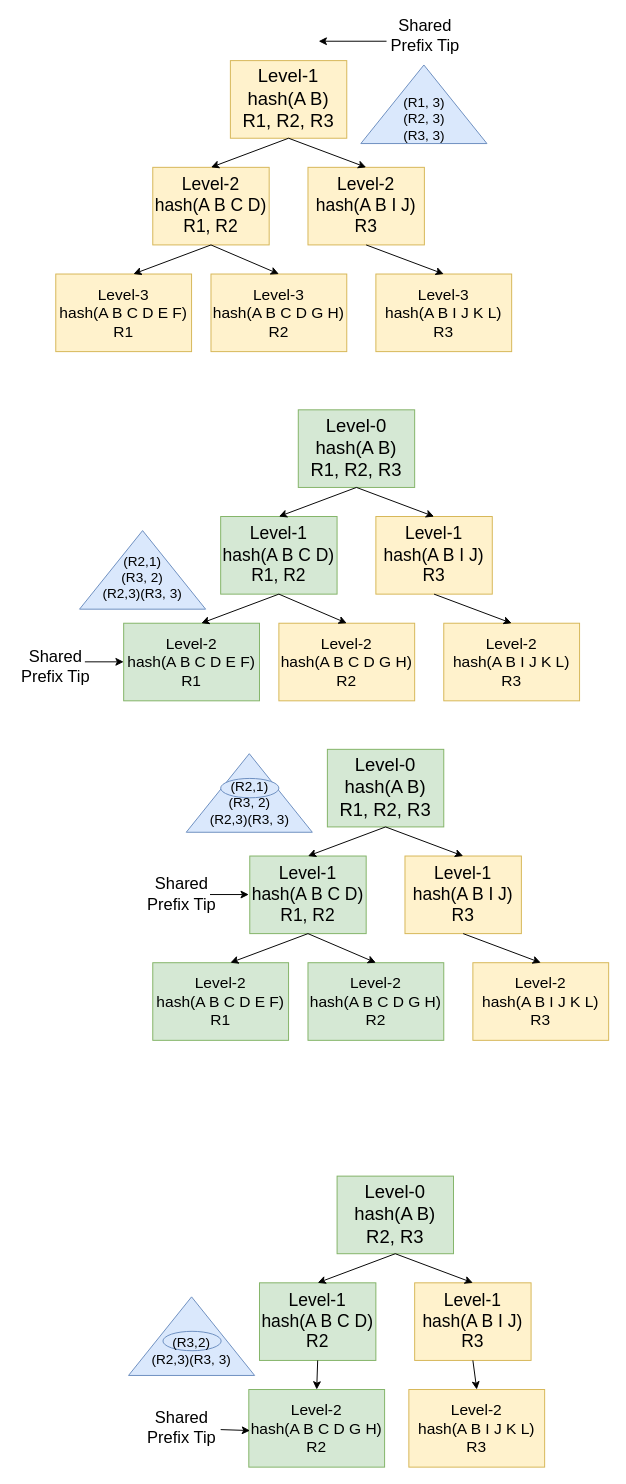
Before: documentation/illustrations/chunked_hash_tree.drawio in sakshamrathi21/Structured_LLM_Optimization, a draw.io diagram. Source tidied: cells renumbered, new cells numbered last; positions are measured from the earlier drawing's top-left corner, leaving out a move shared by most shapes. Both pictures are drawn from the tidied source at 97%, with x=0, y=0 at pixel (16, 21).
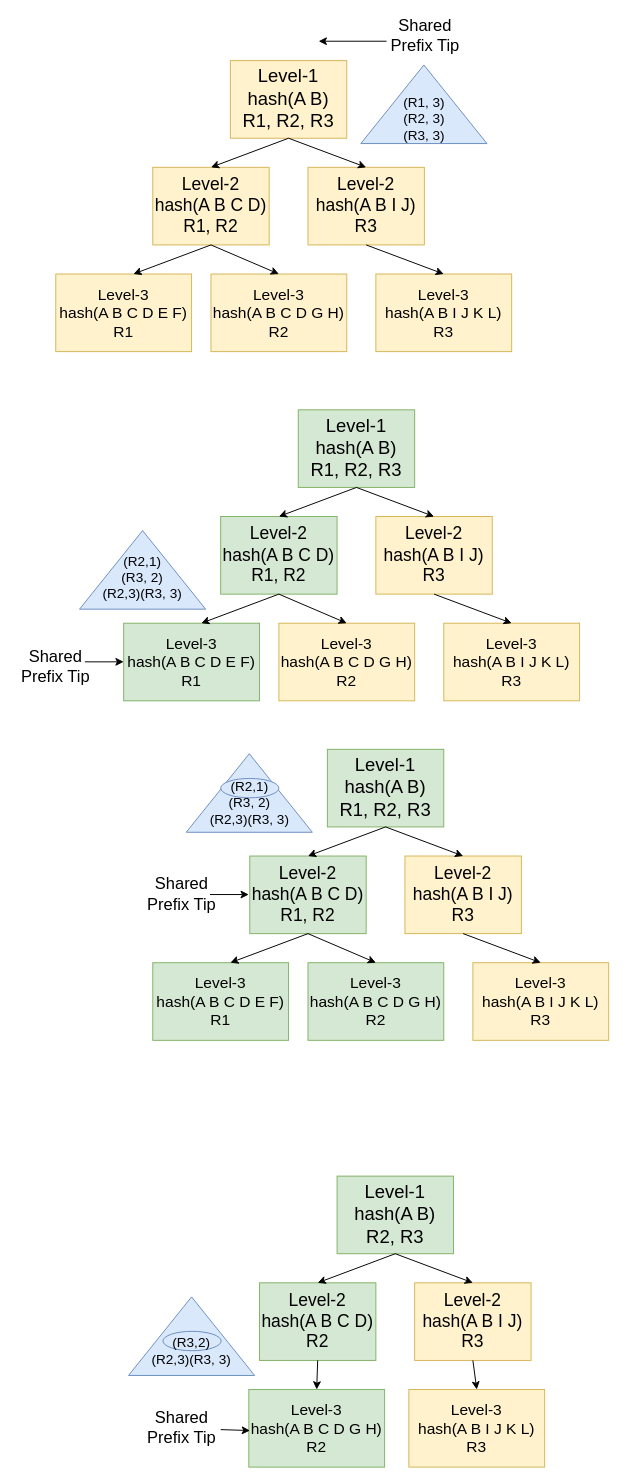
The same diagram, later.

The edit, as a diff of the source:
```diff
@@
-    <mxCell id="13" value="&lt;font style=&quot;font-size: 19px;&quot;&gt;Level-0&lt;br&gt;hash(A B)&lt;/font&gt;&lt;div&gt;&lt;font style=&quot;font-size: 19px;&quot;&gt;R1, R2, R3&lt;/font&gt;&lt;/div&gt;" style="rounded=0;whiteSpace=wrap;html=1;fillColor=#d5e8d4;strokeColor=#82b366;" parent="1" vertex="1">
+    <mxCell id="13" value="&lt;font style=&quot;font-size: 19px;&quot;&gt;Level-1&lt;br&gt;hash(A B)&lt;/font&gt;&lt;div&gt;&lt;font style=&quot;font-size: 19px;&quot;&gt;R1, R2, R3&lt;/font&gt;&lt;/div&gt;" style="rounded=0;whiteSpace=wrap;html=1;fillColor=#d5e8d4;strokeColor=#82b366;" parent="1" vertex="1">
       <mxGeometry x="290" y="400" width="120" height="80" as="geometry" />
     </mxCell>
-    <mxCell id="14" value="&lt;font style=&quot;font-size: 18px;&quot;&gt;Level-1&lt;br&gt;hash(A B C D)&lt;/font&gt;&lt;div&gt;&lt;font style=&quot;font-size: 18px;&quot;&gt;R1, R2&lt;/font&gt;&lt;/div&gt;" style="rounded=0;whiteSpace=wrap;html=1;fillColor=#d5e8d4;strokeColor=#82b366;" parent="1" vertex="1">
+    <mxCell id="14" value="&lt;font style=&quot;font-size: 18px;&quot;&gt;Level-2&lt;/font&gt;&lt;div&gt;&lt;font style=&quot;font-size: 18px;&quot;&gt;hash(A B C D)&lt;/font&gt;&lt;div&gt;&lt;font style=&quot;font-size: 18px;&quot;&gt;R1, R2&lt;/font&gt;&lt;/div&gt;&lt;/div&gt;" style="rounded=0;whiteSpace=wrap;html=1;fillColor=#d5e8d4;strokeColor=#82b366;" parent="1" vertex="1">
       <mxGeometry x="210" y="510" width="120" height="80" as="geometry" />
     </mxCell>
-    <mxCell id="15" value="&lt;font style=&quot;font-size: 18px;&quot;&gt;Level-1&lt;br&gt;hash(A B I J)&lt;/font&gt;&lt;div&gt;&lt;font style=&quot;font-size: 18px;&quot;&gt;R3&lt;/font&gt;&lt;/div&gt;" style="rounded=0;whiteSpace=wrap;html=1;fillColor=#fff2cc;strokeColor=#d6b656;" parent="1" vertex="1">
+    <mxCell id="15" value="&lt;font style=&quot;font-size: 18px;&quot;&gt;Level-2&lt;br&gt;hash(A B I J)&lt;/font&gt;&lt;div&gt;&lt;font style=&quot;font-size: 18px;&quot;&gt;R3&lt;/font&gt;&lt;/div&gt;" style="rounded=0;whiteSpace=wrap;html=1;fillColor=#fff2cc;strokeColor=#d6b656;" parent="1" vertex="1">
       <mxGeometry x="370" y="510" width="120" height="80" as="geometry" />
     </mxCell>
@@
-    <mxCell id="18" value="&lt;font style=&quot;font-size: 16px;&quot;&gt;Level-2&lt;br&gt;hash(A B C D E F)&lt;/font&gt;&lt;div&gt;&lt;font style=&quot;font-size: 16px;&quot;&gt;R1&lt;/font&gt;&lt;/div&gt;" style="rounded=0;whiteSpace=wrap;html=1;fillColor=#d5e8d4;strokeColor=#82b366;" parent="1" vertex="1">
+    <mxCell id="18" value="&lt;font style=&quot;font-size: 16px;&quot;&gt;Level-3&lt;br&gt;hash(A B C D E F)&lt;/font&gt;&lt;div&gt;&lt;font style=&quot;font-size: 16px;&quot;&gt;R1&lt;/font&gt;&lt;/div&gt;" style="rounded=0;whiteSpace=wrap;html=1;fillColor=#d5e8d4;strokeColor=#82b366;" parent="1" vertex="1">
       <mxGeometry x="110" y="620" width="140" height="80" as="geometry" />
     </mxCell>
-    <mxCell id="19" value="&lt;font style=&quot;font-size: 16px;&quot;&gt;Level-2&lt;br&gt;hash(A B C D G H)&lt;/font&gt;&lt;div&gt;&lt;font style=&quot;font-size: 16px;&quot;&gt;R2&lt;/font&gt;&lt;/div&gt;" style="rounded=0;whiteSpace=wrap;html=1;fillColor=#fff2cc;strokeColor=#d6b656;" parent="1" vertex="1">
+    <mxCell id="19" value="&lt;font style=&quot;font-size: 16px;&quot;&gt;Level-3&lt;br&gt;hash(A B C D G H)&lt;/font&gt;&lt;div&gt;&lt;font style=&quot;font-size: 16px;&quot;&gt;R2&lt;/font&gt;&lt;/div&gt;" style="rounded=0;whiteSpace=wrap;html=1;fillColor=#fff2cc;strokeColor=#d6b656;" parent="1" vertex="1">
       <mxGeometry x="270" y="620" width="140" height="80" as="geometry" />
     </mxCell>
-    <mxCell id="20" value="&lt;font style=&quot;font-size: 16px;&quot;&gt;Level-2&lt;br&gt;hash(A B I J K L)&lt;/font&gt;&lt;div&gt;&lt;font style=&quot;font-size: 16px;&quot;&gt;R3&lt;/font&gt;&lt;/div&gt;" style="rounded=0;whiteSpace=wrap;html=1;fillColor=#fff2cc;strokeColor=#d6b656;" parent="1" vertex="1">
+    <mxCell id="20" value="&lt;font style=&quot;font-size: 16px;&quot;&gt;Level-3&lt;br&gt;hash(A B I J K L)&lt;/font&gt;&lt;div&gt;&lt;font style=&quot;font-size: 16px;&quot;&gt;R3&lt;/font&gt;&lt;/div&gt;" style="rounded=0;whiteSpace=wrap;html=1;fillColor=#fff2cc;strokeColor=#d6b656;" parent="1" vertex="1">
       <mxGeometry x="440" y="620" width="140" height="80" as="geometry" />
     </mxCell>
@@
-    <mxCell id="32" value="&lt;font style=&quot;font-size: 19px;&quot;&gt;Level-0&lt;br&gt;hash(A B)&lt;/font&gt;&lt;div&gt;&lt;font style=&quot;font-size: 19px;&quot;&gt;R1, R2, R3&lt;/font&gt;&lt;/div&gt;" style="rounded=0;whiteSpace=wrap;html=1;fillColor=#d5e8d4;strokeColor=#82b366;" parent="1" vertex="1">
+    <mxCell id="32" value="&lt;font style=&quot;font-size: 19px;&quot;&gt;Level-1&lt;br&gt;hash(A B)&lt;/font&gt;&lt;div&gt;&lt;font style=&quot;font-size: 19px;&quot;&gt;R1, R2, R3&lt;/font&gt;&lt;/div&gt;" style="rounded=0;whiteSpace=wrap;html=1;fillColor=#d5e8d4;strokeColor=#82b366;" parent="1" vertex="1">
       <mxGeometry x="320" y="750" width="120" height="80" as="geometry" />
     </mxCell>
-    <mxCell id="33" value="&lt;font style=&quot;font-size: 18px;&quot;&gt;Level-1&lt;br&gt;hash(A B C D)&lt;/font&gt;&lt;div&gt;&lt;font style=&quot;font-size: 18px;&quot;&gt;R1, R2&lt;/font&gt;&lt;/div&gt;" style="rounded=0;whiteSpace=wrap;html=1;fillColor=#d5e8d4;strokeColor=#82b366;" parent="1" vertex="1">
+    <mxCell id="33" value="&lt;font style=&quot;font-size: 18px;&quot;&gt;Level-2&lt;br&gt;hash(A B C D)&lt;/font&gt;&lt;div&gt;&lt;font style=&quot;font-size: 18px;&quot;&gt;R1, R2&lt;/font&gt;&lt;/div&gt;" style="rounded=0;whiteSpace=wrap;html=1;fillColor=#d5e8d4;strokeColor=#82b366;" parent="1" vertex="1">
       <mxGeometry x="240" y="860" width="120" height="80" as="geometry" />
     </mxCell>
-    <mxCell id="34" value="&lt;font style=&quot;font-size: 18px;&quot;&gt;Level-1&lt;br&gt;hash(A B I J)&lt;/font&gt;&lt;div&gt;&lt;font style=&quot;font-size: 18px;&quot;&gt;R3&lt;/font&gt;&lt;/div&gt;" style="rounded=0;whiteSpace=wrap;html=1;fillColor=#fff2cc;strokeColor=#d6b656;" parent="1" vertex="1">
+    <mxCell id="34" value="&lt;font style=&quot;font-size: 18px;&quot;&gt;Level-2&lt;br&gt;hash(A B I J)&lt;/font&gt;&lt;div&gt;&lt;font style=&quot;font-size: 18px;&quot;&gt;R3&lt;/font&gt;&lt;/div&gt;" style="rounded=0;whiteSpace=wrap;html=1;fillColor=#fff2cc;strokeColor=#d6b656;" parent="1" vertex="1">
       <mxGeometry x="400" y="860" width="120" height="80" as="geometry" />
     </mxCell>
@@
-    <mxCell id="37" value="&lt;font style=&quot;font-size: 16px;&quot;&gt;Level-2&lt;br&gt;hash(A B C D E F)&lt;/font&gt;&lt;div&gt;&lt;font style=&quot;font-size: 16px;&quot;&gt;R1&lt;/font&gt;&lt;/div&gt;" style="rounded=0;whiteSpace=wrap;html=1;fillColor=#d5e8d4;strokeColor=#82b366;" parent="1" vertex="1">
+    <mxCell id="37" value="&lt;font style=&quot;font-size: 16px;&quot;&gt;Level-3&lt;br&gt;hash(A B C D E F)&lt;/font&gt;&lt;div&gt;&lt;font style=&quot;font-size: 16px;&quot;&gt;R1&lt;/font&gt;&lt;/div&gt;" style="rounded=0;whiteSpace=wrap;html=1;fillColor=#d5e8d4;strokeColor=#82b366;" parent="1" vertex="1">
       <mxGeometry x="140" y="970" width="140" height="80" as="geometry" />
     </mxCell>
-    <mxCell id="38" value="&lt;font style=&quot;font-size: 16px;&quot;&gt;Level-2&lt;br&gt;hash(A B C D G H)&lt;/font&gt;&lt;div&gt;&lt;font style=&quot;font-size: 16px;&quot;&gt;R2&lt;/font&gt;&lt;/div&gt;" style="rounded=0;whiteSpace=wrap;html=1;fillColor=#d5e8d4;strokeColor=#82b366;" parent="1" vertex="1">
+    <mxCell id="38" value="&lt;font style=&quot;font-size: 16px;&quot;&gt;Level-3&lt;br&gt;hash(A B C D G H)&lt;/font&gt;&lt;div&gt;&lt;font style=&quot;font-size: 16px;&quot;&gt;R2&lt;/font&gt;&lt;/div&gt;" style="rounded=0;whiteSpace=wrap;html=1;fillColor=#d5e8d4;strokeColor=#82b366;" parent="1" vertex="1">
       <mxGeometry x="300" y="970" width="140" height="80" as="geometry" />
     </mxCell>
-    <mxCell id="39" value="&lt;font style=&quot;font-size: 16px;&quot;&gt;Level-2&lt;br&gt;hash(A B I J K L)&lt;/font&gt;&lt;div&gt;&lt;font style=&quot;font-size: 16px;&quot;&gt;R3&lt;/font&gt;&lt;/div&gt;" style="rounded=0;whiteSpace=wrap;html=1;fillColor=#fff2cc;strokeColor=#d6b656;" parent="1" vertex="1">
+    <mxCell id="39" value="&lt;font style=&quot;font-size: 16px;&quot;&gt;Level-3&lt;br&gt;hash(A B I J K L)&lt;/font&gt;&lt;div&gt;&lt;font style=&quot;font-size: 16px;&quot;&gt;R3&lt;/font&gt;&lt;/div&gt;" style="rounded=0;whiteSpace=wrap;html=1;fillColor=#fff2cc;strokeColor=#d6b656;" parent="1" vertex="1">
       <mxGeometry x="470" y="970" width="140" height="80" as="geometry" />
     </mxCell>
@@
-    <mxCell id="48" value="&lt;font style=&quot;font-size: 19px;&quot;&gt;Level-0&lt;br&gt;hash(A B)&lt;/font&gt;&lt;div&gt;&lt;font style=&quot;font-size: 19px;&quot;&gt;R2, R3&lt;/font&gt;&lt;/div&gt;" style="rounded=0;whiteSpace=wrap;html=1;fillColor=#d5e8d4;strokeColor=#82b366;" parent="1" vertex="1">
+    <mxCell id="48" value="&lt;font style=&quot;font-size: 19px;&quot;&gt;Level-1&lt;br&gt;hash(A B)&lt;/font&gt;&lt;div&gt;&lt;font style=&quot;font-size: 19px;&quot;&gt;R2, R3&lt;/font&gt;&lt;/div&gt;" style="rounded=0;whiteSpace=wrap;html=1;fillColor=#d5e8d4;strokeColor=#82b366;" parent="1" vertex="1">
       <mxGeometry x="330" y="1190" width="120" height="80" as="geometry" />
     </mxCell>
-    <mxCell id="49" value="&lt;font style=&quot;font-size: 18px;&quot;&gt;Level-1&lt;br&gt;hash(A B C D)&lt;/font&gt;&lt;div&gt;&lt;font style=&quot;font-size: 18px;&quot;&gt;R2&lt;/font&gt;&lt;/div&gt;" style="rounded=0;whiteSpace=wrap;html=1;fillColor=#d5e8d4;strokeColor=#82b366;" parent="1" vertex="1">
+    <mxCell id="49" value="&lt;font style=&quot;font-size: 18px;&quot;&gt;Level-2&lt;br&gt;hash(A B C D)&lt;/font&gt;&lt;div&gt;&lt;font style=&quot;font-size: 18px;&quot;&gt;R2&lt;/font&gt;&lt;/div&gt;" style="rounded=0;whiteSpace=wrap;html=1;fillColor=#d5e8d4;strokeColor=#82b366;" parent="1" vertex="1">
       <mxGeometry x="250" y="1300" width="120" height="80" as="geometry" />
     </mxCell>
-    <mxCell id="50" value="&lt;font style=&quot;font-size: 18px;&quot;&gt;Level-1&lt;br&gt;hash(A B I J)&lt;/font&gt;&lt;div&gt;&lt;font style=&quot;font-size: 18px;&quot;&gt;R3&lt;/font&gt;&lt;/div&gt;" style="rounded=0;whiteSpace=wrap;html=1;fillColor=#fff2cc;strokeColor=#d6b656;" parent="1" vertex="1">
+    <mxCell id="50" value="&lt;font style=&quot;font-size: 18px;&quot;&gt;Level-2&lt;br&gt;hash(A B I J)&lt;/font&gt;&lt;div&gt;&lt;font style=&quot;font-size: 18px;&quot;&gt;R3&lt;/font&gt;&lt;/div&gt;" style="rounded=0;whiteSpace=wrap;html=1;fillColor=#fff2cc;strokeColor=#d6b656;" parent="1" vertex="1">
       <mxGeometry x="410" y="1300" width="120" height="80" as="geometry" />
     </mxCell>
@@
-    <mxCell id="53" value="&lt;font style=&quot;font-size: 16px;&quot;&gt;Level-2&lt;br&gt;hash(A B C D G H)&lt;/font&gt;&lt;div&gt;&lt;font style=&quot;font-size: 16px;&quot;&gt;R2&lt;/font&gt;&lt;/div&gt;" style="rounded=0;whiteSpace=wrap;html=1;fillColor=#d5e8d4;strokeColor=#82b366;" parent="1" vertex="1">
+    <mxCell id="53" value="&lt;font style=&quot;font-size: 16px;&quot;&gt;Level-3&lt;br&gt;hash(A B C D G H)&lt;/font&gt;&lt;div&gt;&lt;font style=&quot;font-size: 16px;&quot;&gt;R2&lt;/font&gt;&lt;/div&gt;" style="rounded=0;whiteSpace=wrap;html=1;fillColor=#d5e8d4;strokeColor=#82b366;" parent="1" vertex="1">
       <mxGeometry x="239" y="1410" width="140" height="80" as="geometry" />
     </mxCell>
-    <mxCell id="54" value="&lt;font style=&quot;font-size: 16px;&quot;&gt;Level-2&lt;br&gt;hash(A B I J K L)&lt;/font&gt;&lt;div&gt;&lt;font style=&quot;font-size: 16px;&quot;&gt;R3&lt;/font&gt;&lt;/div&gt;" style="rounded=0;whiteSpace=wrap;html=1;fillColor=#fff2cc;strokeColor=#d6b656;" parent="1" vertex="1">
+    <mxCell id="54" value="&lt;font style=&quot;font-size: 16px;&quot;&gt;Level-3&lt;br&gt;hash(A B I J K L)&lt;/font&gt;&lt;div&gt;&lt;font style=&quot;font-size: 16px;&quot;&gt;R3&lt;/font&gt;&lt;/div&gt;" style="rounded=0;whiteSpace=wrap;html=1;fillColor=#fff2cc;strokeColor=#d6b656;" parent="1" vertex="1">
       <mxGeometry x="404" y="1410" width="140" height="80" as="geometry" />
     </mxCell>
```
